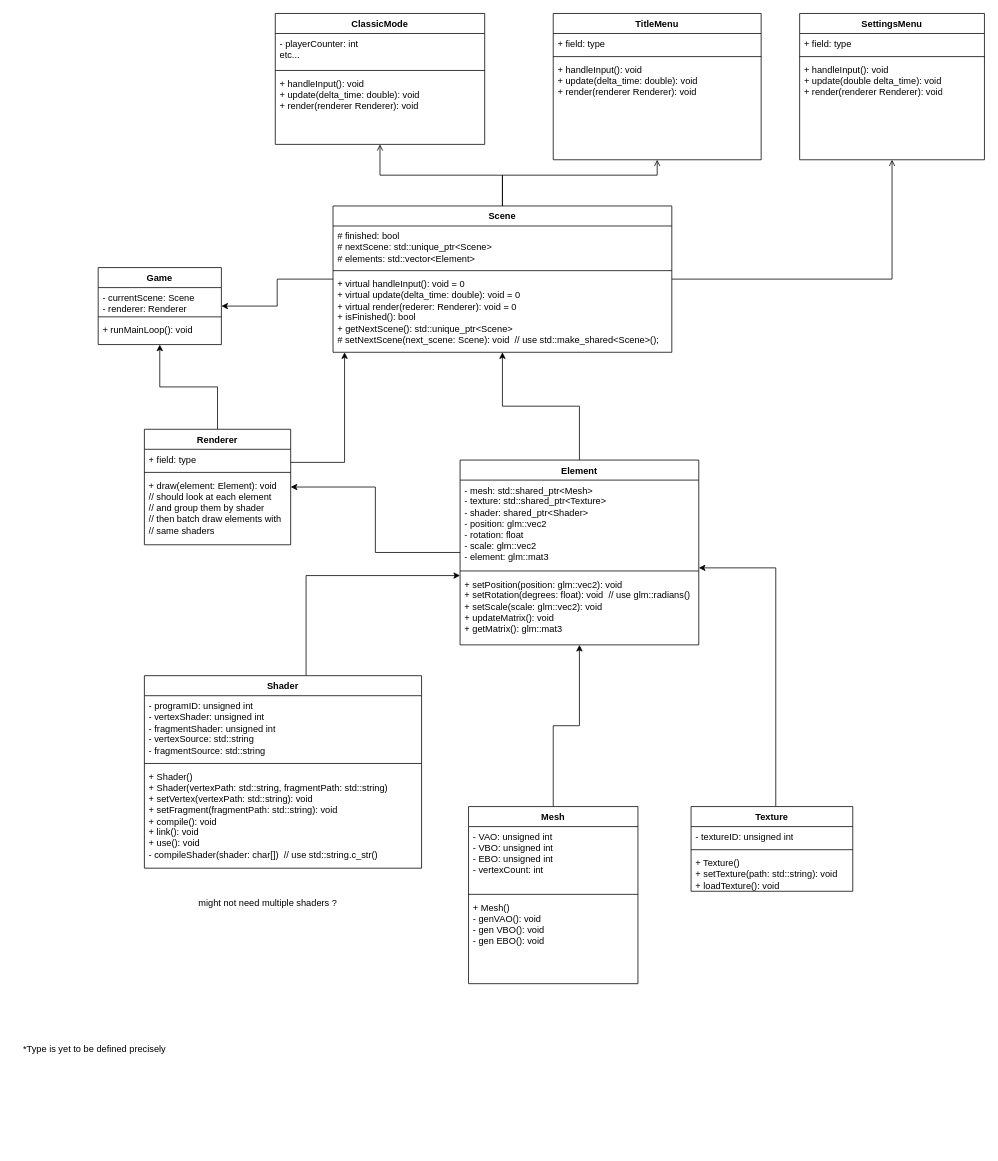
The draw.io diagram design/scenesUML.drawio in drussillo/PoliticalPartyParty, before the edit. Source tidied: cells renumbered, new cells numbered last; positions are measured from the earlier drawing's top-left corner, leaving out a move shared by most shapes. Both pictures are drawn from the tidied source at 77%, with x=0, y=0 at pixel (13, 13).
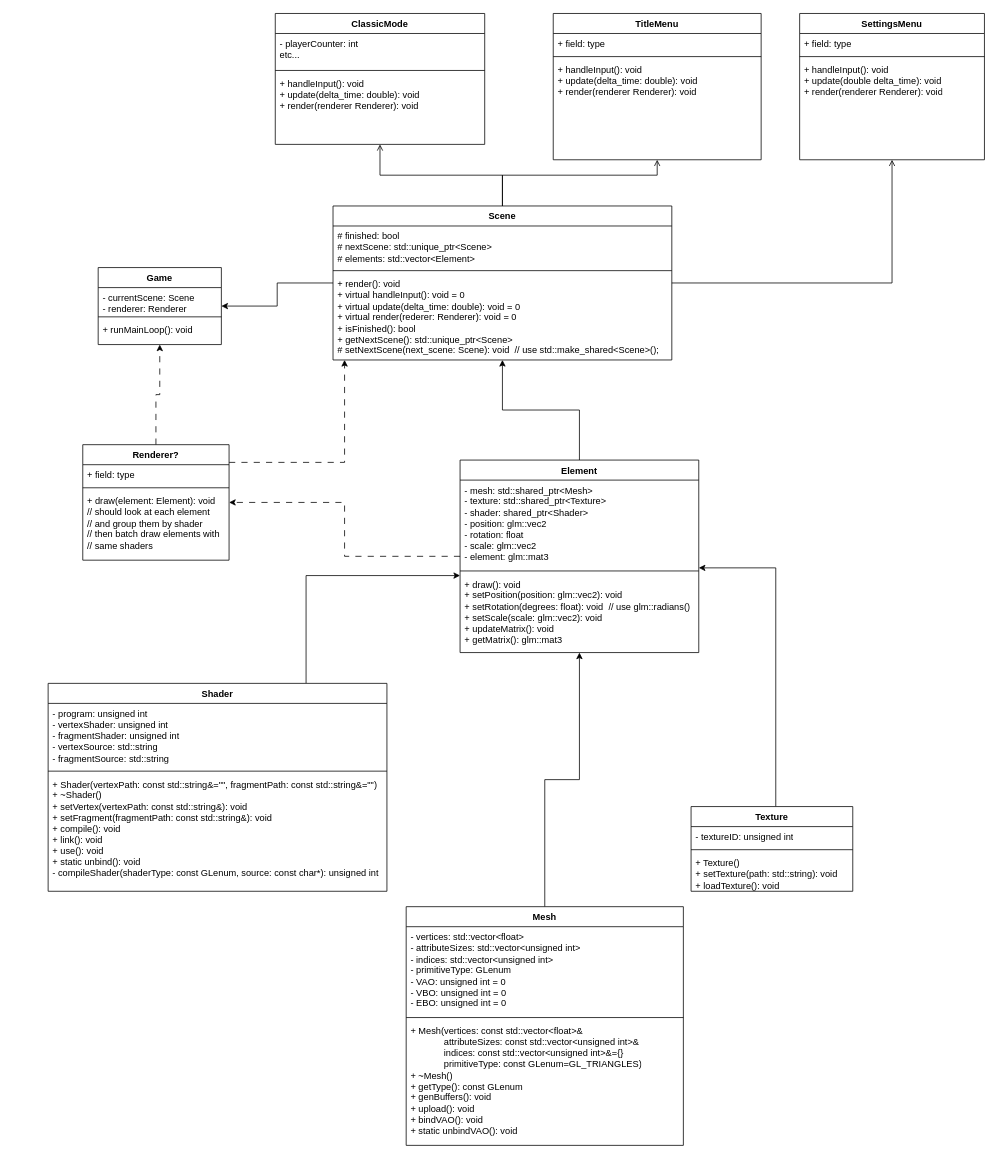
The same page after the edit.

Commit message:
Updated scenes UML - Changed some types and variables based on tests

The change refers to these unchanged cells:
```xml
<mxCell id="6" value="&lt;div&gt;Game&lt;/div&gt;" style="swimlane;fontStyle=1;align=center;verticalAlign=top;horizontal=1;startSize=26;whiteSpace=wrap;html=1;" parent="1" vertex="1">
  <mxGeometry x="110" y="330" width="160" height="100" as="geometry" />
</mxCell>
```

The edit, as a diff of the source:
```diff
@@
     <mxCell id="23" value="Shader&lt;div&gt;&lt;br&gt;&lt;/div&gt;" style="swimlane;fontStyle=1;align=center;verticalAlign=top;horizontal=1;startSize=26;whiteSpace=wrap;html=1;" parent="1" vertex="1">
-      <mxGeometry x="170" y="860" width="360" height="250" as="geometry" />
+      <mxGeometry x="45" y="870" width="440" height="270" as="geometry" />
     </mxCell>
-    <mxCell id="24" value="&lt;div&gt;- programID: unsigned int&lt;/div&gt;&lt;div&gt;- vertexShader: unsigned int&lt;/div&gt;&lt;div&gt;- fragmentShader: unsigned int&lt;/div&gt;- vertexSource: std::string&lt;div&gt;- fragmentSource: std::string&lt;/div&gt;" style="text;strokeColor=none;fillColor=none;align=left;verticalAlign=top;spacingLeft=4;spacingRight=4;overflow=hidden;whiteSpace=wrap;html=1;" parent="23" vertex="1">
-      <mxGeometry y="26" width="360" height="84" as="geometry" />
+    <mxCell id="24" value="&lt;div&gt;- program: unsigned int&lt;/div&gt;&lt;div&gt;- vertexShader: unsigned int&lt;/div&gt;&lt;div&gt;- fragmentShader: unsigned int&lt;/div&gt;- vertexSource: std::string&lt;div&gt;- fragmentSource: std::string&lt;/div&gt;" style="text;strokeColor=none;fillColor=none;align=left;verticalAlign=top;spacingLeft=4;spacingRight=4;overflow=hidden;whiteSpace=wrap;html=1;" parent="23" vertex="1">
+      <mxGeometry y="26" width="440" height="84" as="geometry" />
     </mxCell>
     <mxCell id="25" style="line;strokeWidth=1;fillColor=none;align=left;verticalAlign=middle;spacingTop=-1;spacingLeft=3;spacingRight=3;labelPosition=right;strokeColor=inherit;" parent="23" vertex="1">
-      <mxGeometry y="110" width="360" height="8" as="geometry" />
+      <mxGeometry y="110" width="440" height="8" as="geometry" />
     </mxCell>
-    <mxCell id="26" value="+ Shader()&lt;div&gt;+ Shader(vertexPath: std::string, fragmentPath: std::string)&lt;/div&gt;&lt;div&gt;+ setVertex(vertexPath: std::string): void&lt;/div&gt;&lt;div&gt;+ setFragment(fragmentPath: std::string): void&lt;/div&gt;&lt;div&gt;+ compile(): void&lt;/div&gt;&lt;div&gt;+ link(): void&lt;/div&gt;&lt;div&gt;+ use(): void&lt;/div&gt;&lt;div&gt;- compileShader(shader: char[])&amp;nbsp; // use std::string.c_str()&lt;/div&gt;" style="text;strokeColor=none;fillColor=none;align=left;verticalAlign=top;spacingLeft=4;spacingRight=4;overflow=hidden;whiteSpace=wrap;html=1;" parent="23" vertex="1">
-      <mxGeometry y="118" width="360" height="132" as="geometry" />
+    <mxCell id="26" value="&lt;div&gt;+ Shader(vertexPath: const std::string&amp;amp;=&quot;&quot;, fragmentPath: const std::string&amp;amp;=&quot;&quot;)&lt;/div&gt;&lt;div&gt;+ ~Shader()&lt;/div&gt;&lt;div&gt;+ setVertex(vertexPath: const std::string&amp;amp;): void&lt;/div&gt;&lt;div&gt;+ setFragment(fragmentPath: const std::string&amp;amp;): void&lt;/div&gt;&lt;div&gt;+ compile(): void&lt;/div&gt;&lt;div&gt;+ link(): void&lt;/div&gt;&lt;div&gt;+ use(): void&lt;/div&gt;&lt;div&gt;+ static unbind(): void&lt;/div&gt;&lt;div&gt;- compileShader(shaderType: const GLenum, source: const char*): unsigned int&lt;/div&gt;" style="text;strokeColor=none;fillColor=none;align=left;verticalAlign=top;spacingLeft=4;spacingRight=4;overflow=hidden;whiteSpace=wrap;html=1;" parent="23" vertex="1">
+      <mxGeometry y="118" width="440" height="152" as="geometry" />
     </mxCell>
-    <mxCell id="27" value="*Type is yet to be defined precisely" style="text;html=1;align=center;verticalAlign=middle;strokeColor=none;fillColor=none;" parent="1" vertex="1">
-      <mxGeometry y="1330" width="210" height="30" as="geometry" />
-    </mxCell>
     <mxCell id="28" value="Scene" style="swimlane;fontStyle=1;align=center;verticalAlign=top;horizontal=1;startSize=26;whiteSpace=wrap;html=1;" parent="1" vertex="1">
-      <mxGeometry x="415" y="250" width="440" height="190" as="geometry" />
+      <mxGeometry x="415" y="250" width="440" height="200" as="geometry" />
     </mxCell>
@@
-    <mxCell id="31" value="+ virtual handleInput(): void = 0&lt;div&gt;+ virtual update(delta_time: double): void = 0&lt;/div&gt;&lt;div&gt;+ virtual render(rederer: Renderer): void = 0&lt;/div&gt;&lt;div&gt;+ isFinished(): bool&lt;/div&gt;&lt;div&gt;+ getNextScene(): std::unique_ptr&amp;lt;Scene&amp;gt;&lt;/div&gt;&lt;div&gt;# setNextScene(next_scene: Scene): void&amp;nbsp; // use std::make_shared&amp;lt;Scene&amp;gt;();&lt;/div&gt;" style="text;strokeColor=none;fillColor=none;align=left;verticalAlign=top;spacingLeft=4;spacingRight=4;overflow=hidden;whiteSpace=wrap;html=1;" parent="28" vertex="1">
-      <mxGeometry y="88" width="440" height="102" as="geometry" />
+    <mxCell id="31" value="&lt;div&gt;+ render(): void&lt;/div&gt;+ virtual handleInput(): void = 0&lt;div&gt;+ virtual update(delta_time: double): void = 0&lt;/div&gt;&lt;div&gt;+ virtual render(rederer: Renderer): void = 0&lt;/div&gt;&lt;div&gt;+ isFinished(): bool&lt;/div&gt;&lt;div&gt;+ getNextScene(): std::unique_ptr&amp;lt;Scene&amp;gt;&lt;/div&gt;&lt;div&gt;# setNextScene(next_scene: Scene): void&amp;nbsp; // use std::make_shared&amp;lt;Scene&amp;gt;();&lt;/div&gt;" style="text;strokeColor=none;fillColor=none;align=left;verticalAlign=top;spacingLeft=4;spacingRight=4;overflow=hidden;whiteSpace=wrap;html=1;" parent="28" vertex="1">
+      <mxGeometry y="88" width="440" height="112" as="geometry" />
     </mxCell>
@@
     <mxCell id="33" value="Mesh" style="swimlane;fontStyle=1;align=center;verticalAlign=top;horizontal=1;startSize=26;whiteSpace=wrap;html=1;" parent="1" vertex="1">
-      <mxGeometry x="591" y="1030" width="220" height="230" as="geometry" />
+      <mxGeometry x="510" y="1160" width="360" height="310" as="geometry" />
     </mxCell>
-    <mxCell id="34" value="&lt;div&gt;&lt;span style=&quot;background-color: transparent; color: light-dark(rgb(0, 0, 0), rgb(255, 255, 255));&quot;&gt;- VAO: unsigned int&lt;/span&gt;&lt;/div&gt;- VBO: unsigned int&lt;div&gt;- EBO: unsigned int&lt;/div&gt;&lt;div&gt;- vertexCount: int&lt;/div&gt;" style="text;strokeColor=none;fillColor=none;align=left;verticalAlign=top;spacingLeft=4;spacingRight=4;overflow=hidden;whiteSpace=wrap;html=1;" parent="33" vertex="1">
-      <mxGeometry y="26" width="220" height="84" as="geometry" />
+    <mxCell id="34" value="&lt;div&gt;&lt;span style=&quot;background-color: transparent; color: light-dark(rgb(0, 0, 0), rgb(255, 255, 255));&quot;&gt;- vertices: std::vector&amp;lt;float&amp;gt;&lt;/span&gt;&lt;/div&gt;&lt;div&gt;- attributeSizes: std::vector&amp;lt;unsigned int&amp;gt;&lt;/div&gt;&lt;div&gt;- indices: std::vector&amp;lt;unsigned int&amp;gt;&lt;/div&gt;&lt;div&gt;- primitiveType: GLenum&lt;/div&gt;&lt;div&gt;&lt;span style=&quot;background-color: transparent; color: light-dark(rgb(0, 0, 0), rgb(255, 255, 255));&quot;&gt;- VAO: unsigned int = 0&lt;/span&gt;&lt;/div&gt;- VBO: unsigned int = 0&lt;div&gt;- EBO: unsigned int = 0&lt;/div&gt;" style="text;strokeColor=none;fillColor=none;align=left;verticalAlign=top;spacingLeft=4;spacingRight=4;overflow=hidden;whiteSpace=wrap;html=1;" parent="33" vertex="1">
+      <mxGeometry y="26" width="360" height="114" as="geometry" />
     </mxCell>
     <mxCell id="35" style="line;strokeWidth=1;fillColor=none;align=left;verticalAlign=middle;spacingTop=-1;spacingLeft=3;spacingRight=3;labelPosition=right;strokeColor=inherit;" parent="33" vertex="1">
-      <mxGeometry y="110" width="220" height="8" as="geometry" />
+      <mxGeometry y="140" width="360" height="8" as="geometry" />
     </mxCell>
-    <mxCell id="36" value="+ Mesh()&lt;div&gt;- genVAO(): void&lt;/div&gt;&lt;div&gt;- gen VBO(): void&lt;/div&gt;&lt;div&gt;- gen EBO(): void&lt;/div&gt;" style="text;strokeColor=none;fillColor=none;align=left;verticalAlign=top;spacingLeft=4;spacingRight=4;overflow=hidden;whiteSpace=wrap;html=1;" parent="33" vertex="1">
-      <mxGeometry y="118" width="220" height="112" as="geometry" />
+    <mxCell id="36" value="+ Mesh(vertices: const std::vector&amp;lt;float&amp;gt;&amp;amp;&lt;div&gt;&lt;span style=&quot;background-color: transparent; color: light-dark(rgb(0, 0, 0), rgb(255, 255, 255));&quot;&gt;&amp;nbsp; &amp;nbsp; &amp;nbsp; &amp;nbsp; &amp;nbsp; &amp;nbsp; &amp;nbsp;attributeSizes: const std::vector&amp;lt;unsigned int&amp;gt;&amp;amp;&lt;/span&gt;&lt;/div&gt;&lt;div&gt;&lt;span style=&quot;background-color: transparent; color: light-dark(rgb(0, 0, 0), rgb(255, 255, 255));&quot;&gt;&amp;nbsp; &amp;nbsp; &amp;nbsp; &amp;nbsp; &amp;nbsp; &amp;nbsp; &amp;nbsp;indices: const std::vector&amp;lt;unsigned int&amp;gt;&amp;amp;={}&lt;/span&gt;&lt;/div&gt;&lt;div&gt;&lt;span style=&quot;background-color: transparent; color: light-dark(rgb(0, 0, 0), rgb(255, 255, 255));&quot;&gt;&amp;nbsp; &amp;nbsp; &amp;nbsp; &amp;nbsp; &amp;nbsp; &amp;nbsp; &amp;nbsp;primitiveType: const GLenum=GL_TRIANGLES)&lt;/span&gt;&lt;/div&gt;&lt;div&gt;+ ~Mesh()&lt;/div&gt;&lt;div&gt;+ getType(): const GLenum&lt;/div&gt;&lt;div&gt;+ genBuffers(): void&lt;/div&gt;&lt;div&gt;+ upload(): void&lt;/div&gt;&lt;div&gt;+ bindVAO(): void&lt;/div&gt;&lt;div&gt;+ static unbindVAO(): void&lt;/div&gt;" style="text;strokeColor=none;fillColor=none;align=left;verticalAlign=top;spacingLeft=4;spacingRight=4;overflow=hidden;whiteSpace=wrap;html=1;" parent="33" vertex="1">
+      <mxGeometry y="148" width="360" height="162" as="geometry" />
     </mxCell>
@@
-    <mxCell id="43" style="edgeStyle=orthogonalEdgeStyle;rounded=0;jettySize=auto;html=1;" parent="1" edge="1" source="44" target="50">
+    <mxCell id="43" style="edgeStyle=orthogonalEdgeStyle;rounded=0;jettySize=auto;html=1;dashed=1;dashPattern=8 8;" parent="1" edge="1" source="44" target="50">
       <mxGeometry relative="1" as="geometry" />
     </mxCell>
     <mxCell id="44" value="Element" style="swimlane;fontStyle=1;align=center;verticalAlign=top;horizontal=1;startSize=26;whiteSpace=wrap;html=1;" parent="1" vertex="1">
-      <mxGeometry x="580" y="580" width="310" height="240" as="geometry" />
+      <mxGeometry x="580" y="580" width="310" height="250" as="geometry" />
     </mxCell>
@@
-    <mxCell id="47" value="&lt;div&gt;&lt;span style=&quot;background-color: transparent; color: light-dark(rgb(0, 0, 0), rgb(255, 255, 255));&quot;&gt;+ setPosition(position: glm::vec2): void&lt;/span&gt;&lt;/div&gt;&lt;div&gt;+ setRotation(degrees: float): void&amp;nbsp;&amp;nbsp;&lt;span style=&quot;background-color: transparent; color: light-dark(rgb(0, 0, 0), rgb(255, 255, 255));&quot;&gt;// use glm::radians()&lt;/span&gt;&lt;/div&gt;&lt;div&gt;+ setScale(scale: glm::vec2): void&lt;/div&gt;+ updateMatrix(): void&lt;div&gt;+ getMatrix(): glm::mat3&lt;/div&gt;" style="text;strokeColor=none;fillColor=none;align=left;verticalAlign=top;spacingLeft=4;spacingRight=4;overflow=hidden;whiteSpace=wrap;html=1;" parent="44" vertex="1">
-      <mxGeometry y="148" width="310" height="92" as="geometry" />
+    <mxCell id="47" value="&lt;div&gt;&lt;span style=&quot;background-color: transparent; color: light-dark(rgb(0, 0, 0), rgb(255, 255, 255));&quot;&gt;+ draw(): void&lt;/span&gt;&lt;/div&gt;&lt;div&gt;&lt;span style=&quot;background-color: transparent; color: light-dark(rgb(0, 0, 0), rgb(255, 255, 255));&quot;&gt;+ setPosition(position: glm::vec2): void&lt;/span&gt;&lt;/div&gt;&lt;div&gt;+ setRotation(degrees: float): void&amp;nbsp;&amp;nbsp;&lt;span style=&quot;background-color: transparent; color: light-dark(rgb(0, 0, 0), rgb(255, 255, 255));&quot;&gt;// use glm::radians()&lt;/span&gt;&lt;/div&gt;&lt;div&gt;+ setScale(scale: glm::vec2): void&lt;/div&gt;+ updateMatrix(): void&lt;div&gt;+ getMatrix(): glm::mat3&lt;/div&gt;" style="text;strokeColor=none;fillColor=none;align=left;verticalAlign=top;spacingLeft=4;spacingRight=4;overflow=hidden;whiteSpace=wrap;html=1;" parent="44" vertex="1">
+      <mxGeometry y="148" width="310" height="102" as="geometry" />
     </mxCell>
-    <mxCell id="48" style="edgeStyle=orthogonalEdgeStyle;rounded=0;jettySize=auto;html=1;" parent="1" edge="1" source="50" target="6">
+    <mxCell id="48" style="edgeStyle=orthogonalEdgeStyle;rounded=0;jettySize=auto;html=1;dashed=1;dashPattern=8 8;" parent="1" edge="1" source="50" target="6">
       <mxGeometry relative="1" as="geometry" />
     </mxCell>
-    <mxCell id="49" style="edgeStyle=orthogonalEdgeStyle;rounded=0;jettySize=auto;html=1;" parent="1" edge="1" source="50" target="28">
+    <mxCell id="49" style="edgeStyle=orthogonalEdgeStyle;rounded=0;jettySize=auto;html=1;dashed=1;dashPattern=8 8;" parent="1" edge="1" source="50" target="28">
       <mxGeometry relative="1" as="geometry">
         <Array as="points">
           <mxPoint x="430" y="583" />
         </Array>
       </mxGeometry>
     </mxCell>
-    <mxCell id="50" value="Renderer" style="swimlane;fontStyle=1;align=center;verticalAlign=top;horizontal=1;startSize=26;whiteSpace=wrap;html=1;" parent="1" vertex="1">
-      <mxGeometry x="170" y="540" width="190" height="150" as="geometry" />
+    <mxCell id="50" value="Renderer?" style="swimlane;fontStyle=1;align=center;verticalAlign=top;horizontal=1;startSize=26;whiteSpace=wrap;html=1;" parent="1" vertex="1">
+      <mxGeometry x="90" y="560" width="190" height="150" as="geometry" />
     </mxCell>
@@
-    <mxCell id="54" value="might not need multiple shaders ?" style="text;html=1;align=center;verticalAlign=middle;strokeColor=none;fillColor=none;" parent="1" vertex="1">
-      <mxGeometry x="230" y="1140" width="200" height="30" as="geometry" />
-    </mxCell>
```
